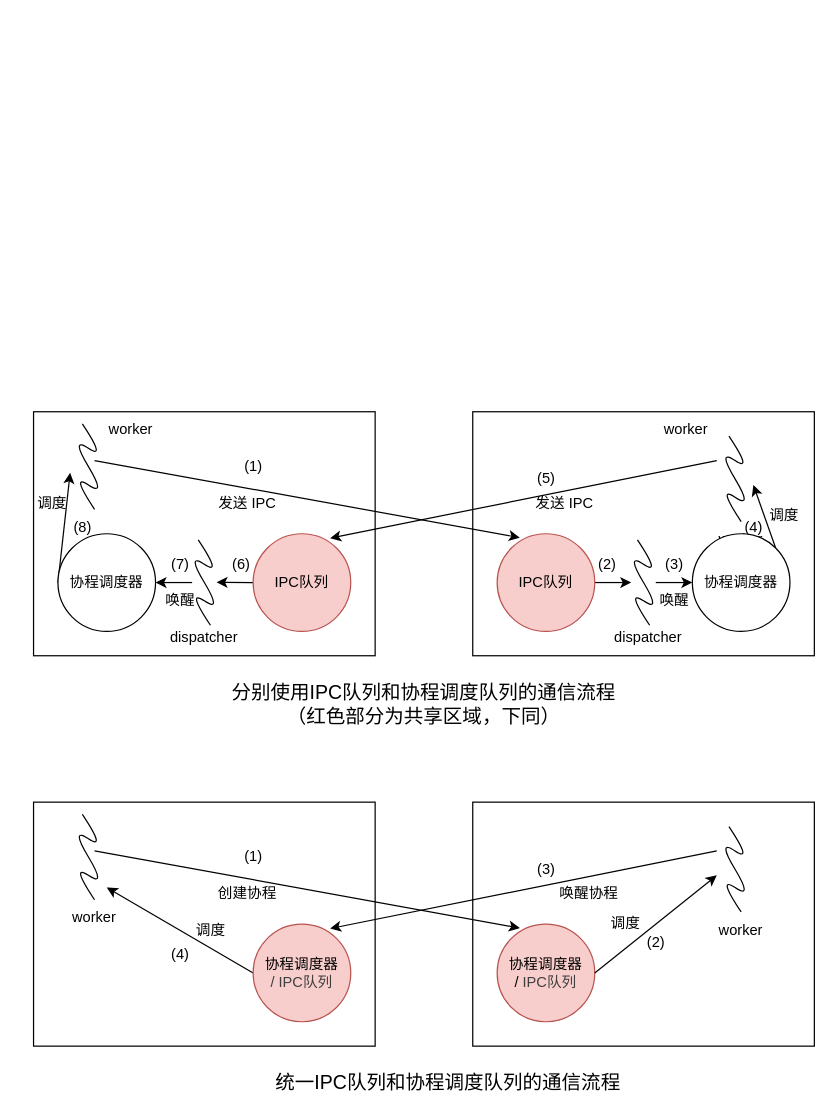
Before: 25.11.6~25.11.12/io_uring库通信类型.drawio in rosy233333/weekly-progress, a draw.io diagram. Source tidied: cells renumbered, new cells numbered last; positions are measured from the earlier drawing's top-left corner, leaving out a move shared by most shapes. Both pictures are drawn from the tidied source at 122%, with x=0, y=0 at pixel (21, 411).
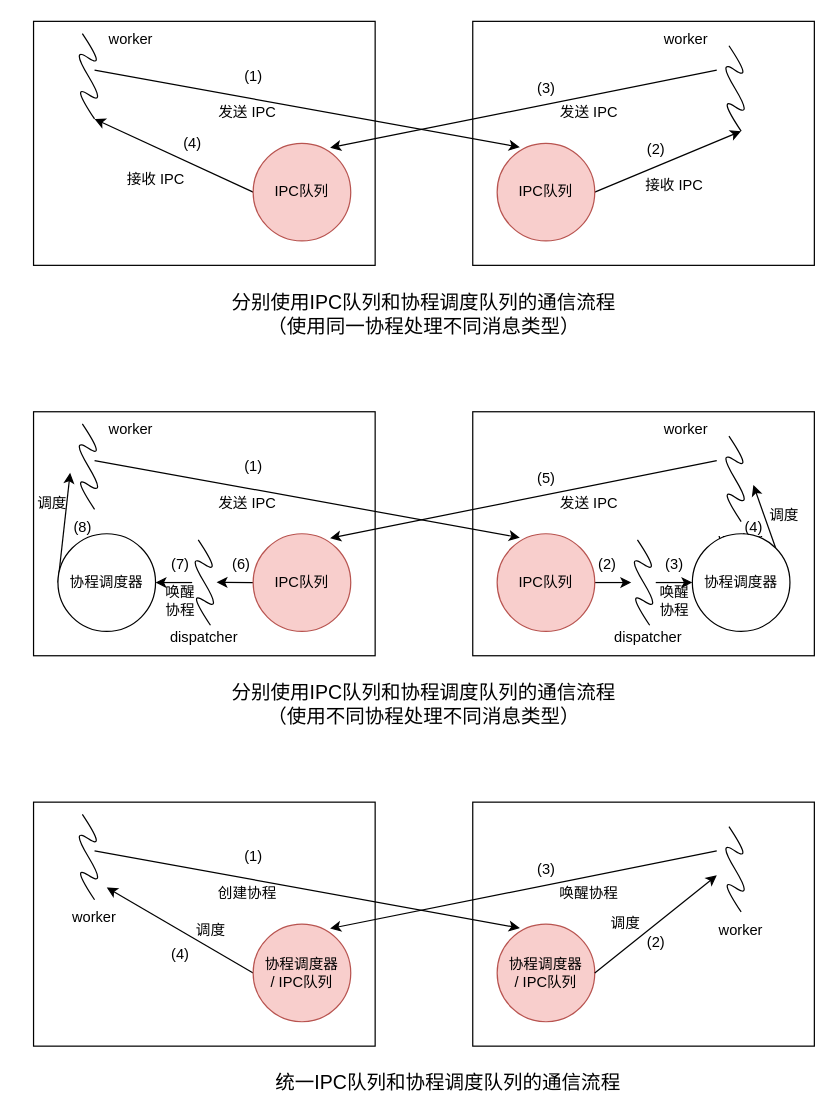
After the change.

The change refers to these unchanged cells:
```xml
<mxCell id="7" style="group;" parent="1" vertex="1">
  <mxGeometry x="390" y="100" width="260" height="100" as="geometry" />
</mxCell>
<mxCell id="36" style="group;" parent="1" vertex="1">
  <mxGeometry x="390" y="420" width="260" height="100" as="geometry" />
</mxCell>
```

The edit, as a diff of the source:
```diff
@@
-    <mxCell id="17" value="唤醒" style="text;html=1;align=center;verticalAlign=middle;strokeColor=none;fillColor=none;" parent="7" vertex="1">
-      <mxGeometry x="120" y="40" width="50" height="30" as="geometry" />
+    <mxCell id="17" value="唤醒&lt;div&gt;&lt;font style=&quot;color: rgb(0, 0, 0);&quot;&gt;协程&lt;/font&gt;&lt;/div&gt;" style="text;html=1;align=center;verticalAlign=middle;strokeColor=none;fillColor=none;" parent="7" vertex="1">
+      <mxGeometry x="120" y="35" width="50" height="40" as="geometry" />
     </mxCell>
-    <mxCell id="18" value="发送 IPC" style="text;html=1;align=center;verticalAlign=middle;strokeColor=none;fillColor=none;" parent="7" vertex="1">
-      <mxGeometry x="20" y="-40" width="70" height="30" as="geometry" />
-    </mxCell>
@@
-    <mxCell id="38" value="协程调度器&lt;div&gt;/&amp;nbsp;&lt;span style=&quot;color: rgb(63, 63, 63); background-color: transparent;&quot;&gt;IPC队列&lt;/span&gt;&lt;/div&gt;" style="ellipse;whiteSpace=wrap;html=1;fillColor=#f8cecc;strokeColor=#b85450;" parent="36" vertex="1">
+    <mxCell id="38" value="&lt;font style=&quot;color: rgb(0, 0, 0);&quot;&gt;协程调度器&lt;/font&gt;&lt;div&gt;&lt;font style=&quot;color: rgb(0, 0, 0);&quot;&gt;/&lt;/font&gt;&lt;font&gt;&lt;font style=&quot;color: rgb(255, 204, 153);&quot;&gt;&amp;nbsp;&lt;/font&gt;&lt;span style=&quot;background-color: transparent;&quot;&gt;&lt;font style=&quot;color: rgb(0, 0, 0);&quot;&gt;IPC队列&lt;/font&gt;&lt;/span&gt;&lt;/font&gt;&lt;/div&gt;" style="ellipse;whiteSpace=wrap;html=1;fillColor=#f8cecc;strokeColor=#b85450;" parent="36" vertex="1">
       <mxGeometry width="80" height="80" as="geometry" />
     </mxCell>
@@
-    <mxCell id="55" value="&lt;span style=&quot;color: rgb(0, 0, 0);&quot;&gt;协程调度器&lt;/span&gt;&lt;div style=&quot;color: rgb(63, 63, 63); scrollbar-color: rgb(226, 226, 226) rgb(251, 251, 251);&quot;&gt;/&amp;nbsp;&lt;span style=&quot;scrollbar-color: rgb(226, 226, 226) rgb(251, 251, 251); background-color: transparent; color: rgb(63, 63, 63);&quot;&gt;IPC队列&lt;/span&gt;&lt;/div&gt;" style="ellipse;whiteSpace=wrap;html=1;fillColor=#f8cecc;strokeColor=#b85450;" parent="1" vertex="1">
+    <mxCell id="55" value="&lt;span&gt;&lt;font style=&quot;color: rgb(0, 0, 0);&quot;&gt;协程调度器&lt;/font&gt;&lt;/span&gt;&lt;div style=&quot;scrollbar-color: rgb(226, 226, 226) rgb(251, 251, 251);&quot;&gt;&lt;font&gt;&lt;font style=&quot;color: rgb(0, 0, 0);&quot;&gt;/&lt;/font&gt;&lt;font style=&quot;color: rgb(0, 0, 0);&quot;&gt;&lt;font style=&quot;color: rgb(0, 0, 0);&quot;&gt;&amp;nbsp;&lt;/font&gt;&lt;span style=&quot;scrollbar-color: rgb(226, 226, 226) rgb(251, 251, 251); background-color: transparent; color: rgb(63, 63, 63);&quot;&gt;&lt;font style=&quot;color: rgb(0, 0, 0);&quot;&gt;IPC队列&lt;/font&gt;&lt;/span&gt;&lt;/font&gt;&lt;/font&gt;&lt;/div&gt;" style="ellipse;whiteSpace=wrap;html=1;fillColor=#f8cecc;strokeColor=#b85450;" parent="1" vertex="1">
       <mxGeometry x="190" y="420" width="80" height="80" as="geometry" />
     </mxCell>
@@
-    <mxCell id="59" value="唤醒" style="text;html=1;align=center;verticalAlign=middle;strokeColor=none;fillColor=none;" parent="1" vertex="1">
-      <mxGeometry x="105" y="140" width="50" height="30" as="geometry" />
+    <mxCell id="59" value="唤醒&lt;div&gt;&lt;font style=&quot;color: rgb(0, 0, 0);&quot;&gt;协程&lt;/font&gt;&lt;/div&gt;" style="text;html=1;align=center;verticalAlign=middle;strokeColor=none;fillColor=none;" parent="1" vertex="1">
+      <mxGeometry x="105" y="135" width="50" height="40" as="geometry" />
     </mxCell>
@@
-    <mxCell id="62" value="&lt;font style=&quot;font-size: 16px;&quot;&gt;分别使用IPC队列和协程调度队列的通信流程&lt;/font&gt;&lt;div&gt;&lt;font style=&quot;font-size: 16px;&quot;&gt;（红色部分为共享区域，下同）&lt;/font&gt;&lt;/div&gt;" style="text;html=1;align=center;verticalAlign=middle;whiteSpace=wrap;rounded=0;" parent="1" vertex="1">
+    <mxCell id="62" value="&lt;font style=&quot;font-size: 16px;&quot;&gt;分别使用IPC队列和协程调度队列的通信流程&lt;/font&gt;&lt;div&gt;&lt;font style=&quot;font-size: 16px;&quot;&gt;（使用不同协程处理不同消息类型）&lt;/font&gt;&lt;/div&gt;" style="text;html=1;align=center;verticalAlign=middle;whiteSpace=wrap;rounded=0;" parent="1" vertex="1">
       <mxGeometry x="170" y="220" width="320" height="40" as="geometry" />
     </mxCell>
@@
+    <mxCell id="64" style="rounded=0;whiteSpace=wrap;html=1;" parent="1" vertex="1">
+      <mxGeometry x="10" y="-320" width="280" height="200" as="geometry" />
+    </mxCell>
+    <mxCell id="65" style="group;" parent="1" vertex="1">
+      <mxGeometry x="190" y="-220" width="80" height="80" as="geometry" />
+    </mxCell>
+    <mxCell id="66" style="edgeStyle=none;html=1;exitX=0;exitY=0.5;exitDx=0;exitDy=0;" parent="65" edge="1" source="67">
+      <mxGeometry relative="1" as="geometry">
+        <mxPoint x="-130" y="-20" as="targetPoint" />
+      </mxGeometry>
+    </mxCell>
+    <mxCell id="67" value="IPC队列" style="ellipse;whiteSpace=wrap;html=1;fillColor=#f8cecc;strokeColor=#b85450;" parent="65" vertex="1">
+      <mxGeometry width="80" height="80" as="geometry" />
+    </mxCell>
+    <mxCell id="68" style="curved=1;endArrow=none;html=1;endFill=0;" parent="1" edge="1">
+      <mxGeometry relative="1" as="geometry">
+        <mxPoint x="60" y="-240" as="sourcePoint" />
+        <mxPoint x="50" y="-310" as="targetPoint" />
+        <Array as="points">
+          <mxPoint x="40" y="-270" />
+          <mxPoint x="70" y="-250" />
+          <mxPoint x="40" y="-300" />
+          <mxPoint x="70" y="-280" />
+        </Array>
+      </mxGeometry>
+    </mxCell>
+    <mxCell id="69" value="worker" style="text;html=1;align=center;verticalAlign=middle;whiteSpace=wrap;rounded=0;" parent="1" vertex="1">
+      <mxGeometry x="60" y="-320" width="60" height="30" as="geometry" />
+    </mxCell>
+    <mxCell id="70" value="(1)" style="text;html=1;align=center;verticalAlign=middle;strokeColor=none;fillColor=none;" parent="1" vertex="1">
+      <mxGeometry x="170" y="-290" width="40" height="30" as="geometry" />
+    </mxCell>
+    <mxCell id="71" value="发送 IPC" style="text;html=1;align=center;verticalAlign=middle;strokeColor=none;fillColor=none;" parent="1" vertex="1">
+      <mxGeometry x="150" y="-260" width="70" height="30" as="geometry" />
+    </mxCell>
+    <mxCell id="72" value="&lt;font style=&quot;font-size: 16px;&quot;&gt;分别使用IPC队列和协程调度队列的通信流程&lt;/font&gt;&lt;div&gt;&lt;font style=&quot;font-size: 16px;&quot;&gt;（使用同一协程处理不同消息类型）&lt;/font&gt;&lt;/div&gt;" style="text;html=1;align=center;verticalAlign=middle;whiteSpace=wrap;rounded=0;" parent="1" vertex="1">
+      <mxGeometry x="170" y="-100" width="320" height="40" as="geometry" />
+    </mxCell>
+    <mxCell id="73" style="rounded=0;whiteSpace=wrap;html=1;" parent="1" vertex="1">
+      <mxGeometry x="370" y="-320" width="280" height="200" as="geometry" />
+    </mxCell>
+    <mxCell id="74" style="curved=1;endArrow=none;html=1;endFill=0;" parent="1" edge="1">
+      <mxGeometry relative="1" as="geometry">
+        <mxPoint x="590" y="-230" as="sourcePoint" />
+        <mxPoint x="580" y="-300" as="targetPoint" />
+        <Array as="points">
+          <mxPoint x="570" y="-260" />
+          <mxPoint x="600" y="-240" />
+          <mxPoint x="570" y="-290" />
+          <mxPoint x="600" y="-270" />
+        </Array>
+      </mxGeometry>
+    </mxCell>
+    <mxCell id="75" value="(3)" style="text;html=1;align=center;verticalAlign=middle;strokeColor=none;fillColor=none;" parent="1" vertex="1">
+      <mxGeometry x="410" y="-280" width="40" height="30" as="geometry" />
+    </mxCell>
+    <mxCell id="76" value="发送 IPC" style="text;html=1;align=center;verticalAlign=middle;strokeColor=none;fillColor=none;" parent="1" vertex="1">
+      <mxGeometry x="430" y="-260" width="70" height="30" as="geometry" />
+    </mxCell>
+    <mxCell id="77" value="worker" style="text;html=1;align=center;verticalAlign=middle;whiteSpace=wrap;rounded=0;" parent="1" vertex="1">
+      <mxGeometry x="515" y="-320" width="60" height="30" as="geometry" />
+    </mxCell>
+    <mxCell id="78" style="edgeStyle=none;html=1;exitX=1;exitY=0.5;exitDx=0;exitDy=0;" parent="1" edge="1" source="79">
+      <mxGeometry relative="1" as="geometry">
+        <mxPoint x="590" y="-230" as="targetPoint" />
+      </mxGeometry>
+    </mxCell>
+    <mxCell id="79" value="IPC队列" style="ellipse;whiteSpace=wrap;html=1;fillColor=#f8cecc;strokeColor=#b85450;" parent="1" vertex="1">
+      <mxGeometry x="390" y="-220" width="80" height="80" as="geometry" />
+    </mxCell>
+    <mxCell id="80" style="endArrow=classic;html=1;entryX=0.789;entryY=0.045;entryDx=0;entryDy=0;entryPerimeter=0;" parent="1" edge="1">
+      <mxGeometry relative="1" as="geometry">
+        <mxPoint x="570" y="-280" as="sourcePoint" />
+        <mxPoint x="253.1" y="-216.4" as="targetPoint" />
+      </mxGeometry>
+    </mxCell>
+    <mxCell id="81" style="endArrow=classic;html=1;entryX=0.232;entryY=0.04;entryDx=0;entryDy=0;entryPerimeter=0;" parent="1" edge="1">
+      <mxGeometry relative="1" as="geometry">
+        <mxPoint x="60" y="-280" as="sourcePoint" />
+        <mxPoint x="408.6" y="-216.8" as="targetPoint" />
+      </mxGeometry>
+    </mxCell>
+    <mxCell id="82" value="(2)" style="text;html=1;align=center;verticalAlign=middle;strokeColor=none;fillColor=none;" parent="1" vertex="1">
+      <mxGeometry x="500" y="-230" width="40" height="30" as="geometry" />
+    </mxCell>
+    <mxCell id="83" value="(4)" style="text;html=1;align=center;verticalAlign=middle;strokeColor=none;fillColor=none;" parent="1" vertex="1">
+      <mxGeometry x="120" y="-235" width="40" height="30" as="geometry" />
+    </mxCell>
+    <mxCell id="84" value="接收 IPC" style="text;html=1;align=center;verticalAlign=middle;strokeColor=none;fillColor=none;" parent="1" vertex="1">
+      <mxGeometry x="500" y="-200" width="70" height="30" as="geometry" />
+    </mxCell>
+    <mxCell id="85" value="接收 IPC" style="text;html=1;align=center;verticalAlign=middle;strokeColor=none;fillColor=none;" parent="1" vertex="1">
+      <mxGeometry x="75" y="-205" width="70" height="30" as="geometry" />
+    </mxCell>
+    <mxCell id="18" value="发送 IPC" style="text;html=1;align=center;verticalAlign=middle;strokeColor=none;fillColor=none;" parent="1" vertex="1">
+      <mxGeometry x="430" y="60" width="70" height="30" as="geometry" />
+    </mxCell>
```
